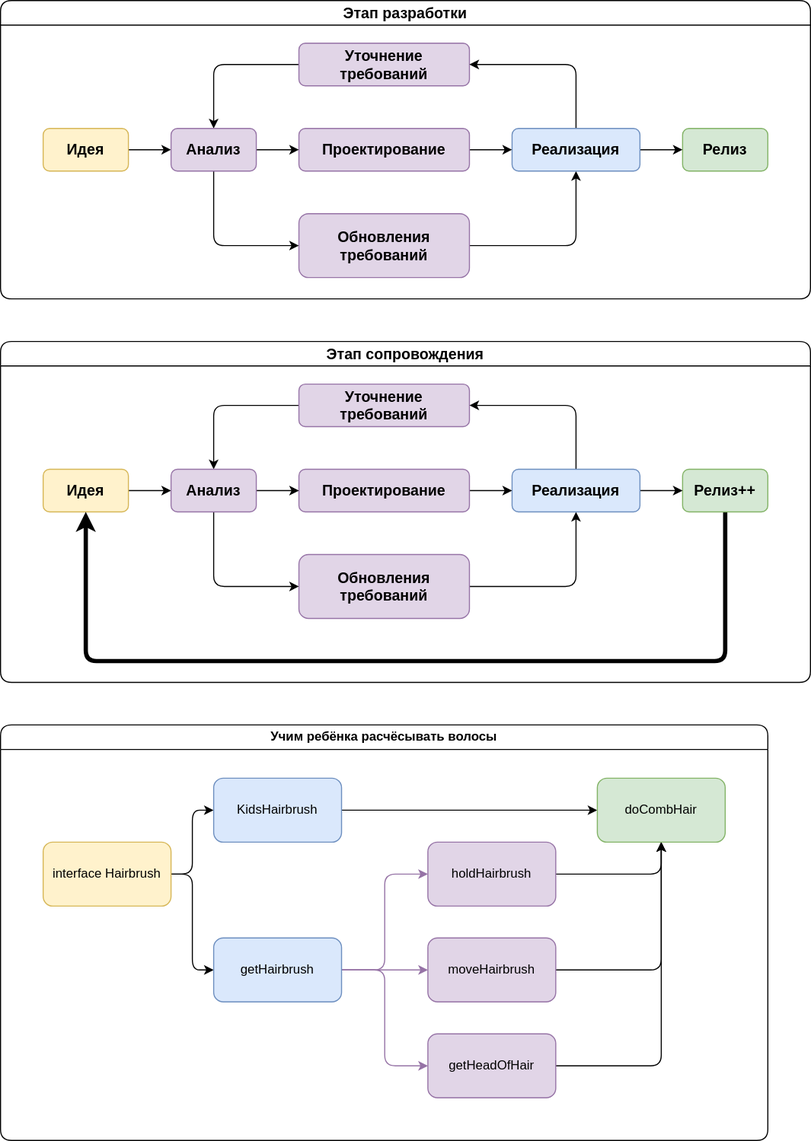
Earlier version of the draw.io export Жизненный цикл проекта.drawio.svg (taraswww777/diagrams.net). Source tidied: cells renumbered, new cells last; positions are measured from the earlier drawing's top-left corner, leaving out a move shared by most shapes.
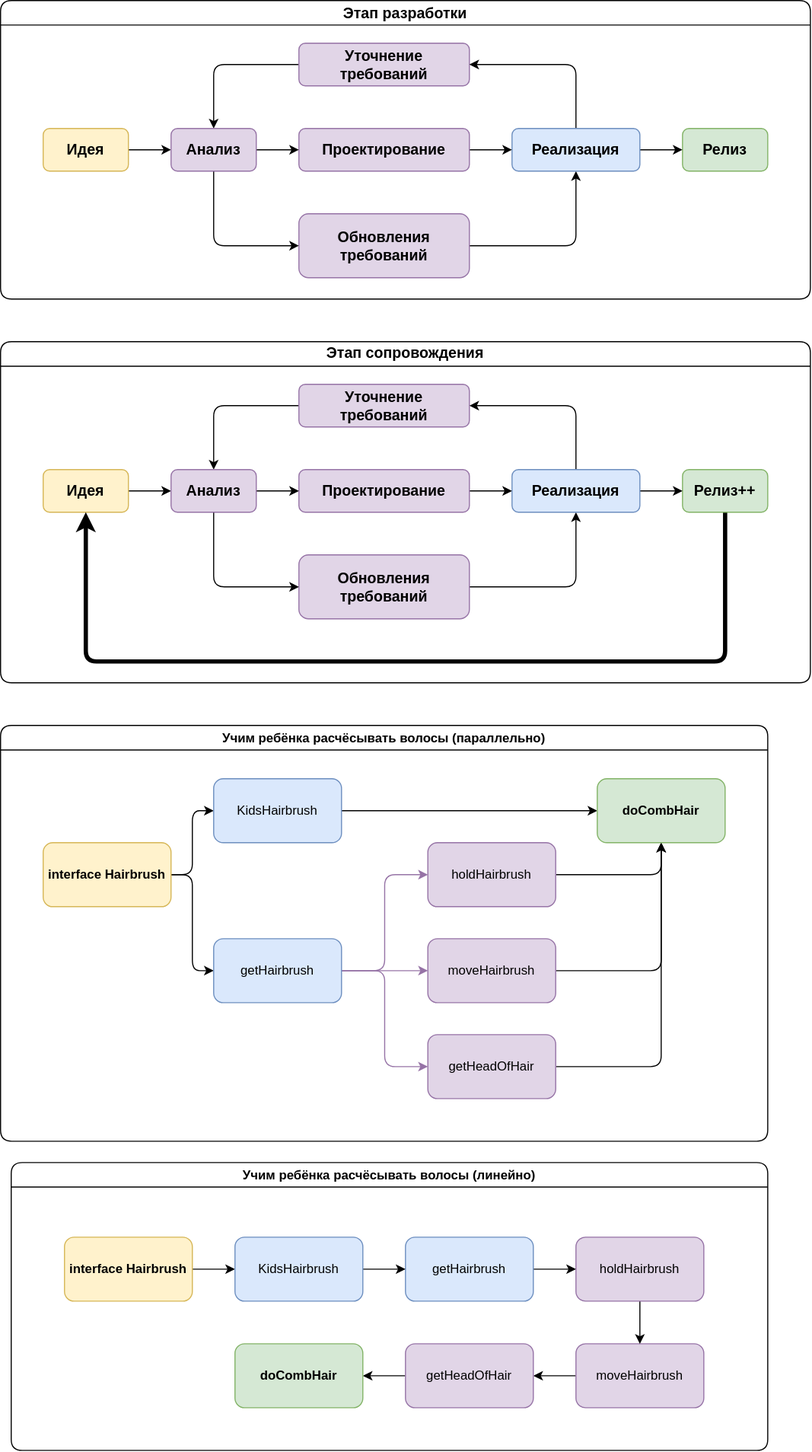
After the commit.

Change to the diagram source:
```diff
@@ -122,7 +122,7 @@
     <mxCell id="34" value="Анализ" style="rounded=1;whiteSpace=wrap;html=1;fillColor=#e1d5e7;strokeColor=#9673a6;fontStyle=1;fontSize=14;" parent="18" vertex="1">
       <mxGeometry x="160" y="120" width="80" height="40" as="geometry" />
     </mxCell>
-    <mxCell id="35" value="Учим ребёнка расчёсывать волосы" style="swimlane;whiteSpace=wrap;html=1;swimlaneLine=1;rounded=1;swimlaneFillColor=#FFFFFF;gradientColor=none;" parent="1" vertex="1">
+    <mxCell id="35" value="Учим ребёнка расчёсывать волосы (параллельно)" style="swimlane;whiteSpace=wrap;html=1;swimlaneLine=1;rounded=1;swimlaneFillColor=#FFFFFF;gradientColor=none;" parent="1" vertex="1">
       <mxGeometry y="680" width="720" height="390" as="geometry" />
     </mxCell>
     <mxCell id="36" style="edgeStyle=orthogonalEdgeStyle;rounded=1;jettySize=auto;html=1;entryX=0;entryY=0.5;entryDx=0;entryDy=0;swimlaneLine=1;curved=0;" parent="35" edge="1" source="38" target="50">
@@ -131,7 +131,7 @@
     <mxCell id="37" style="edgeStyle=orthogonalEdgeStyle;rounded=1;jettySize=auto;html=1;entryX=0;entryY=0.5;entryDx=0;entryDy=0;swimlaneLine=1;curved=0;" parent="35" edge="1" source="38" target="48">
       <mxGeometry relative="1" as="geometry" />
     </mxCell>
-    <mxCell id="38" value="interface Hairbrush" style="rounded=1;whiteSpace=wrap;html=1;swimlaneLine=1;fillColor=#fff2cc;strokeColor=#d6b656;" parent="35" vertex="1">
+    <mxCell id="38" value="interface Hairbrush" style="rounded=1;whiteSpace=wrap;html=1;swimlaneLine=1;fillColor=#fff2cc;strokeColor=#d6b656;fontStyle=1;" parent="35" vertex="1">
       <mxGeometry x="40" y="110" width="120" height="60" as="geometry" />
     </mxCell>
     <mxCell id="39" style="edgeStyle=orthogonalEdgeStyle;rounded=1;jettySize=auto;html=1;entryX=0.5;entryY=1;entryDx=0;entryDy=0;swimlaneLine=1;curved=0;" parent="35" edge="1" source="40" target="51">
@@ -170,8 +170,50 @@
     <mxCell id="50" value="KidsHairbrush" style="rounded=1;whiteSpace=wrap;html=1;swimlaneLine=1;fillColor=#dae8fc;strokeColor=#6c8ebf;" parent="35" vertex="1">
       <mxGeometry x="200" y="50" width="120" height="60" as="geometry" />
     </mxCell>
-    <mxCell id="51" value="doCombHair" style="rounded=1;whiteSpace=wrap;html=1;swimlaneLine=1;fillColor=#d5e8d4;strokeColor=#82b366;" parent="35" vertex="1">
+    <mxCell id="51" value="doCombHair" style="rounded=1;whiteSpace=wrap;html=1;swimlaneLine=1;fillColor=#d5e8d4;strokeColor=#82b366;fontStyle=1;" parent="35" vertex="1">
       <mxGeometry x="560" y="50" width="120" height="60" as="geometry" />
     </mxCell>
+    <mxCell id="52" value="Учим ребёнка расчёсывать волосы (линейно)" style="swimlane;whiteSpace=wrap;html=1;swimlaneLine=1;rounded=1;swimlaneFillColor=#FFFFFF;gradientColor=none;" parent="1" vertex="1">
+      <mxGeometry x="10" y="1090" width="710" height="270" as="geometry" />
+    </mxCell>
+    <mxCell id="53" style="edgeStyle=orthogonalEdgeStyle;rounded=0;jettySize=auto;html=1;" parent="52" edge="1" source="54" target="64">
+      <mxGeometry relative="1" as="geometry" />
+    </mxCell>
+    <mxCell id="54" value="interface Hairbrush" style="rounded=1;whiteSpace=wrap;html=1;swimlaneLine=1;fillColor=#fff2cc;strokeColor=#d6b656;fontStyle=1;" parent="52" vertex="1">
+      <mxGeometry x="50" y="70" width="120" height="60" as="geometry" />
+    </mxCell>
+    <mxCell id="55" style="edgeStyle=orthogonalEdgeStyle;rounded=0;jettySize=auto;html=1;" parent="52" edge="1" source="56" target="58">
+      <mxGeometry relative="1" as="geometry" />
+    </mxCell>
+    <mxCell id="56" value="moveHairbrush" style="rounded=1;whiteSpace=wrap;html=1;swimlaneLine=1;fillColor=#e1d5e7;strokeColor=#9673a6;" parent="52" vertex="1">
+      <mxGeometry x="530" y="170" width="120" height="60" as="geometry" />
+    </mxCell>
+    <mxCell id="57" style="edgeStyle=orthogonalEdgeStyle;rounded=0;jettySize=auto;html=1;" parent="52" edge="1" source="58" target="65">
+      <mxGeometry relative="1" as="geometry" />
+    </mxCell>
+    <mxCell id="58" value="getHeadOfHair" style="rounded=1;whiteSpace=wrap;html=1;swimlaneLine=1;fillColor=#e1d5e7;strokeColor=#9673a6;" parent="52" vertex="1">
+      <mxGeometry x="370" y="170" width="120" height="60" as="geometry" />
+    </mxCell>
+    <mxCell id="59" style="edgeStyle=orthogonalEdgeStyle;rounded=0;jettySize=auto;html=1;" parent="52" edge="1" source="60" target="56">
+      <mxGeometry relative="1" as="geometry" />
+    </mxCell>
+    <mxCell id="60" value="holdHairbrush" style="rounded=1;whiteSpace=wrap;html=1;swimlaneLine=1;fillColor=#e1d5e7;strokeColor=#9673a6;" parent="52" vertex="1">
+      <mxGeometry x="530" y="70" width="120" height="60" as="geometry" />
+    </mxCell>
+    <mxCell id="61" style="edgeStyle=orthogonalEdgeStyle;rounded=0;jettySize=auto;html=1;" parent="52" edge="1" source="62" target="60">
+      <mxGeometry relative="1" as="geometry" />
+    </mxCell>
+    <mxCell id="62" value="getHairbrush" style="rounded=1;whiteSpace=wrap;html=1;swimlaneLine=1;fillColor=#dae8fc;strokeColor=#6c8ebf;" parent="52" vertex="1">
+      <mxGeometry x="370" y="70" width="120" height="60" as="geometry" />
+    </mxCell>
+    <mxCell id="63" style="edgeStyle=orthogonalEdgeStyle;rounded=0;jettySize=auto;html=1;" parent="52" edge="1" source="64" target="62">
+      <mxGeometry relative="1" as="geometry" />
+    </mxCell>
+    <mxCell id="64" value="KidsHairbrush" style="rounded=1;whiteSpace=wrap;html=1;swimlaneLine=1;fillColor=#dae8fc;strokeColor=#6c8ebf;" parent="52" vertex="1">
+      <mxGeometry x="210" y="70" width="120" height="60" as="geometry" />
+    </mxCell>
+    <mxCell id="65" value="doCombHair" style="rounded=1;whiteSpace=wrap;html=1;swimlaneLine=1;fillColor=#d5e8d4;strokeColor=#82b366;fontStyle=1;" parent="52" vertex="1">
+      <mxGeometry x="210" y="170" width="120" height="60" as="geometry" />
+    </mxCell>
   </root>
 </mxGraphModel>
```
